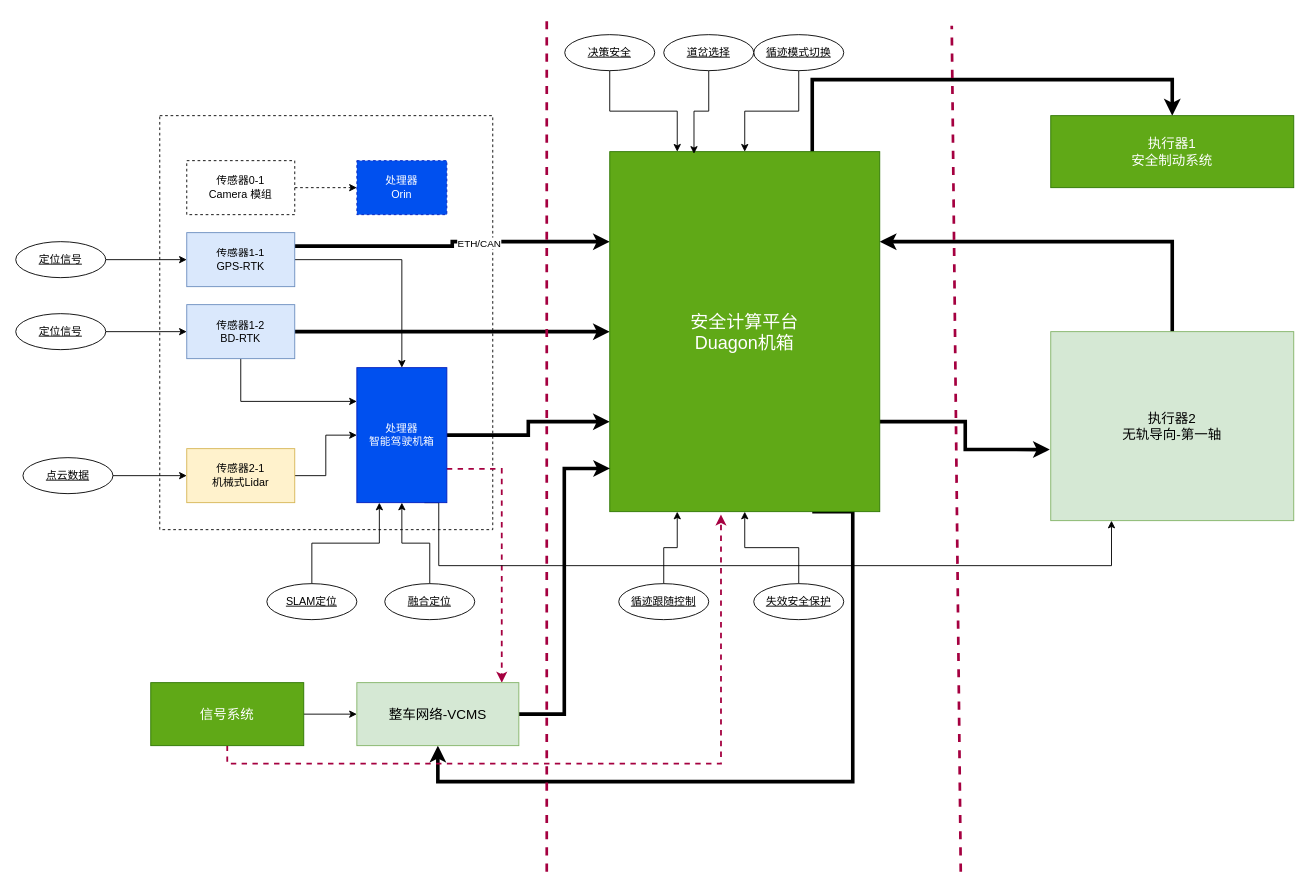
This is page "Entity" (1 of 2) of 马来循迹控制_SIL2方案.drawio from FrankWong-cs/SharingwithColleagues, a draw.io file, before an edit. Source tidied: cells renumbered, new cells numbered last; positions are measured from the earlier drawing's top-left corner, leaving out a move shared by most shapes. Both pictures are drawn from the tidied source at 90%, with x=0, y=0 at pixel (15, 16).
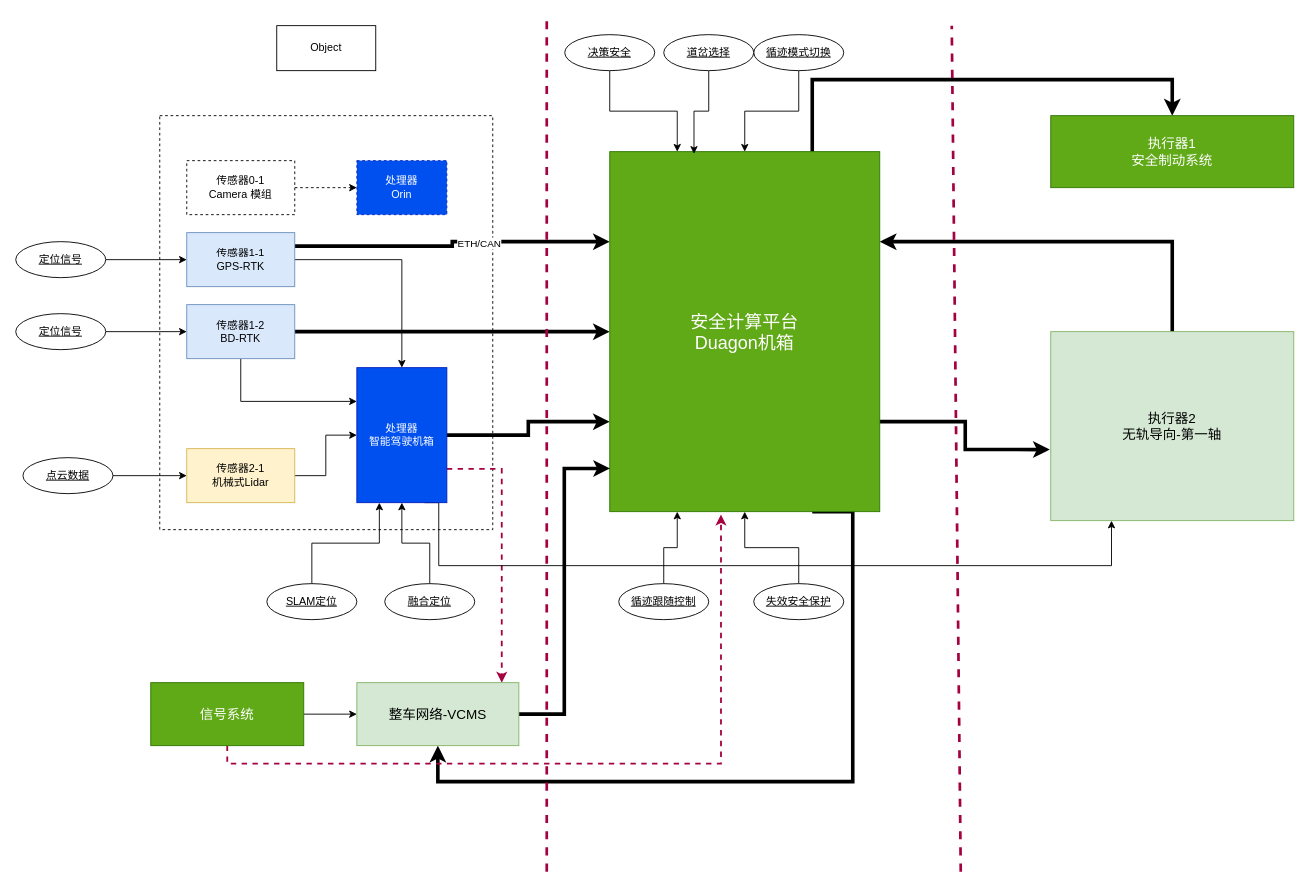
The same page after the edit.

Change to the diagram source:
```diff
@@
+    <mxCell id="53" value="Object" style="html=1;whiteSpace=wrap;" parent="1" vertex="1">
+      <mxGeometry x="290" y="10" width="110" height="50" as="geometry" />
+    </mxCell>
```
